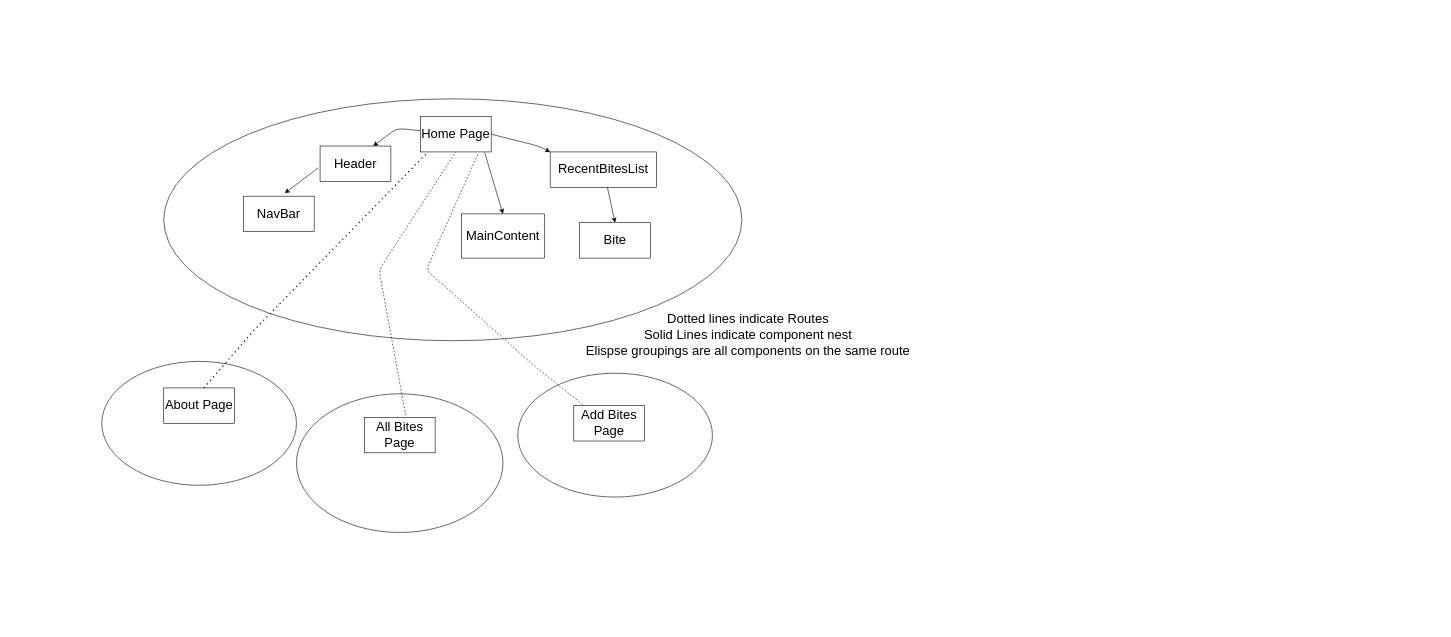
The draw.io diagram planning/bite-and-blog.drawio in christopherthai/bite-and-blog, before the edit. Source tidied: cells renumbered, new cells numbered last; positions are measured from the earlier drawing's top-left corner, leaving out a move shared by most shapes. Both pictures are drawn from the tidied source at 59%, with x=0, y=0 at pixel (101, 99).
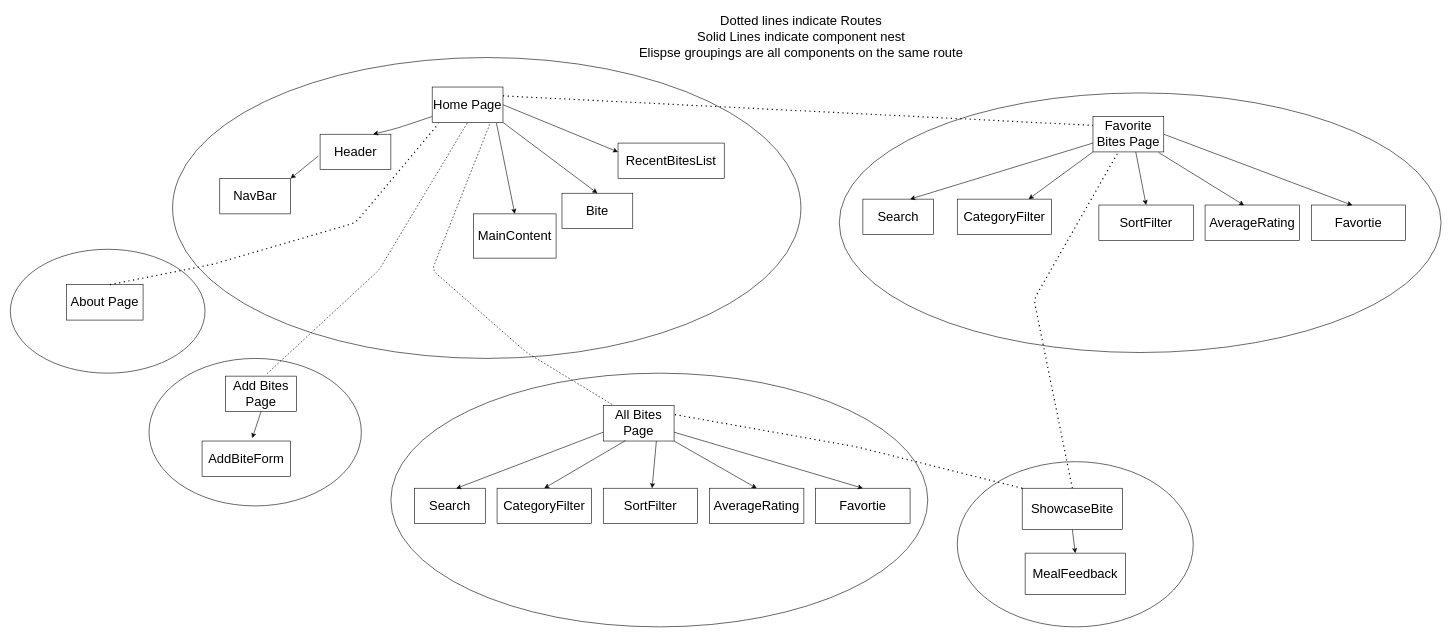
After the change.

Diff of the diagram source:
```diff
@@
+    <mxCell id="24" style="ellipse;whiteSpace=wrap;html=1;fontSize=22;shadow=0;" parent="1" vertex="1">
+      <mxGeometry x="1250" y="-10" width="1020" height="440" as="geometry" />
+    </mxCell>
     <mxCell id="2" style="ellipse;whiteSpace=wrap;html=1;fontSize=22;shadow=0;" parent="1" vertex="1">
-      <mxGeometry x="105" width="980" height="410" as="geometry" />
+      <mxGeometry x="120" y="-70" width="1065" height="510" as="geometry" />
     </mxCell>
     <mxCell id="3" style="ellipse;whiteSpace=wrap;html=1;fontSize=22;shadow=0;" parent="1" vertex="1">
-      <mxGeometry x="705" y="465" width="330" height="210" as="geometry" />
+      <mxGeometry x="80" y="440" width="360" height="250" as="geometry" />
     </mxCell>
     <mxCell id="4" style="ellipse;whiteSpace=wrap;html=1;fontSize=22;shadow=0;" parent="1" vertex="1">
-      <mxGeometry x="330" y="500" width="350" height="235" as="geometry" />
+      <mxGeometry x="490" y="465" width="910" height="430" as="geometry" />
     </mxCell>
     <mxCell id="5" style="ellipse;whiteSpace=wrap;html=1;fontSize=22;shadow=0;" parent="1" vertex="1">
-      <mxGeometry y="445" width="330" height="210" as="geometry" />
+      <mxGeometry x="-155" y="255" width="330" height="210" as="geometry" />
     </mxCell>
     <mxCell id="6" value="Dotted lines indicate Routes&lt;br&gt;Solid Lines indicate component nest&lt;br&gt;Elispse groupings are all components on the same route" style="text;html=1;align=center;verticalAlign=middle;strokeColor=none;fillColor=none;fontSize=22;" parent="1" vertex="1">
-      <mxGeometry x="810" y="355" width="570" height="90" as="geometry" />
+      <mxGeometry x="900" y="-150" width="570" height="90" as="geometry" />
     </mxCell>
     <mxCell id="7" value="Home Page" style="whiteSpace=wrap;html=1;fontSize=22;" parent="1" vertex="1">
-      <mxGeometry x="540" y="30" width="120" height="60" as="geometry" />
+      <mxGeometry x="560" y="-20" width="120" height="60" as="geometry" />
     </mxCell>
     <mxCell id="8" value="About Page" style="whiteSpace=wrap;html=1;fontSize=22;" parent="1" vertex="1">
-      <mxGeometry x="105" y="490" width="120" height="60" as="geometry" />
+      <mxGeometry x="-60" y="315" width="130" height="60" as="geometry" />
     </mxCell>
-    <mxCell id="9" value="Add Bites Page" style="whiteSpace=wrap;html=1;fontSize=22;" parent="1" vertex="1">
-      <mxGeometry x="800" y="520" width="120" height="60" as="geometry" />
+    <mxCell id="9" value="All Bites Page" style="whiteSpace=wrap;html=1;fontSize=22;" parent="1" vertex="1">
+      <mxGeometry x="850" y="520" width="120" height="60" as="geometry" />
     </mxCell>
-    <mxCell id="10" value="All Bites Page" style="whiteSpace=wrap;html=1;fontSize=22;" parent="1" vertex="1">
-      <mxGeometry x="445" y="540" width="120" height="60" as="geometry" />
+    <mxCell id="10" value="Add Bites Page" style="whiteSpace=wrap;html=1;fontSize=22;" parent="1" vertex="1">
+      <mxGeometry x="210" y="470" width="120" height="60" as="geometry" />
     </mxCell>
@@
     <mxCell id="12" style="endArrow=none;dashed=1;html=1;dashPattern=1 3;strokeWidth=2;fontSize=22;exitX=0.567;exitY=0;exitDx=0;exitDy=0;exitPerimeter=0;entryX=0.092;entryY=1.033;entryDx=0;entryDy=0;entryPerimeter=0;" parent="1" edge="1" source="8" target="7">
       <mxGeometry relative="1" as="geometry">
         <Array as="points">
-          <mxPoint x="260" y="390" />
+          <mxPoint x="190" y="280" />
+          <mxPoint x="430" y="210" />
         </Array>
       </mxGeometry>
     </mxCell>
     <mxCell id="13" style="endArrow=none;dashed=1;html=1;fontSize=22;entryX=0.817;entryY=1.033;entryDx=0;entryDy=0;entryPerimeter=0;exitX=0.125;exitY=-0.033;exitDx=0;exitDy=0;exitPerimeter=0;" parent="1" edge="1" source="9" target="7">
       <mxGeometry relative="1" as="geometry">
         <Array as="points">
-          <mxPoint x="730" y="450" />
-          <mxPoint x="550" y="290" />
+          <mxPoint x="720" y="430" />
+          <mxPoint x="560" y="290" />
         </Array>
       </mxGeometry>
     </mxCell>
     <mxCell id="14" value="NavBar" style="whiteSpace=wrap;html=1;shadow=0;fontSize=22;" parent="1" vertex="1">
-      <mxGeometry x="240" y="165" width="120" height="60" as="geometry" />
+      <mxGeometry x="200" y="135" width="120" height="60" as="geometry" />
     </mxCell>
     <mxCell id="15" value="RecentBitesList" style="whiteSpace=wrap;html=1;shadow=0;fontSize=22;" parent="1" vertex="1">
-      <mxGeometry x="760" y="90" width="180" height="60" as="geometry" />
+      <mxGeometry x="875" y="75" width="180" height="60" as="geometry" />
     </mxCell>
     <mxCell id="16" value="Bite" style="whiteSpace=wrap;html=1;shadow=0;fontSize=22;" parent="1" vertex="1">
-      <mxGeometry x="810" y="210" width="120" height="60" as="geometry" />
+      <mxGeometry x="780" y="160" width="120" height="60" as="geometry" />
     </mxCell>
     <mxCell id="17" value="Header" style="whiteSpace=wrap;html=1;shadow=0;fontSize=22;" parent="1" vertex="1">
-      <mxGeometry x="370" y="80" width="120" height="60" as="geometry" />
+      <mxGeometry x="370" y="60" width="120" height="60" as="geometry" />
     </mxCell>
@@
-    <mxCell id="19" style="endArrow=classic;html=1;fontSize=22;exitX=-0.025;exitY=0.617;exitDx=0;exitDy=0;exitPerimeter=0;" parent="1" edge="1" source="17">
-      <mxGeometry relative="1" as="geometry">
-        <mxPoint x="310" y="160" as="targetPoint" />
-      </mxGeometry>
+    <mxCell id="19" style="endArrow=classic;html=1;fontSize=22;exitX=-0.025;exitY=0.617;exitDx=0;exitDy=0;exitPerimeter=0;entryX=1;entryY=0;entryDx=0;entryDy=0;" parent="1" edge="1" source="17" target="14">
+      <mxGeometry relative="1" as="geometry" />
     </mxCell>
-    <mxCell id="20" style="endArrow=classic;html=1;fontSize=22;exitX=1;exitY=0.5;exitDx=0;exitDy=0;entryX=0;entryY=0;entryDx=0;entryDy=0;" parent="1" edge="1" source="7" target="15">
-      <mxGeometry relative="1" as="geometry">
-        <Array as="points">
-          <mxPoint x="740" y="80" />
-        </Array>
-      </mxGeometry>
+    <mxCell id="20" style="endArrow=classic;html=1;fontSize=22;exitX=1;exitY=0.5;exitDx=0;exitDy=0;entryX=0;entryY=0.25;entryDx=0;entryDy=0;" parent="1" edge="1" source="7" target="15">
+      <mxGeometry relative="1" as="geometry" />
     </mxCell>
-    <mxCell id="21" style="endArrow=classic;html=1;fontSize=22;exitX=0.539;exitY=1;exitDx=0;exitDy=0;exitPerimeter=0;entryX=0.5;entryY=0;entryDx=0;entryDy=0;" parent="1" edge="1" source="15" target="16">
+    <mxCell id="21" style="endArrow=classic;html=1;fontSize=22;exitX=1;exitY=1;exitDx=0;exitDy=0;entryX=0.5;entryY=0;entryDx=0;entryDy=0;" parent="1" edge="1" source="7" target="16">
       <mxGeometry relative="1" as="geometry" />
     </mxCell>
     <mxCell id="22" value="MainContent" style="whiteSpace=wrap;html=1;shadow=0;fontSize=22;" parent="1" vertex="1">
-      <mxGeometry x="610" y="195" width="140" height="75" as="geometry" />
+      <mxGeometry x="630" y="195" width="140" height="75" as="geometry" />
     </mxCell>
@@
+    <mxCell id="25" value="&lt;font style=&quot;font-size: 22px;&quot;&gt;AddBiteForm&lt;/font&gt;" style="whiteSpace=wrap;html=1;" parent="1" vertex="1">
+      <mxGeometry x="170" y="580" width="150" height="60" as="geometry" />
+    </mxCell>
+    <mxCell id="26" style="endArrow=classic;html=1;fontSize=17;exitX=0.5;exitY=1;exitDx=0;exitDy=0;entryX=0.567;entryY=-0.083;entryDx=0;entryDy=0;entryPerimeter=0;" parent="1" edge="1" source="10" target="25">
+      <mxGeometry relative="1" as="geometry" />
+    </mxCell>
+    <mxCell id="27" value="Favorite Bites Page" style="whiteSpace=wrap;html=1;fontSize=22;" parent="1" vertex="1">
+      <mxGeometry x="1680" y="30" width="120" height="60" as="geometry" />
+    </mxCell>
+    <mxCell id="28" style="endArrow=none;dashed=1;html=1;dashPattern=1 3;strokeWidth=2;fontSize=22;entryX=0;entryY=0.25;entryDx=0;entryDy=0;exitX=1;exitY=0.25;exitDx=0;exitDy=0;" parent="1" edge="1" source="7" target="27">
+      <mxGeometry relative="1" as="geometry" />
+    </mxCell>
+    <mxCell id="29" value="Search" style="whiteSpace=wrap;html=1;fontSize=22;" parent="1" vertex="1">
+      <mxGeometry x="530" y="660" width="120" height="60" as="geometry" />
+    </mxCell>
+    <mxCell id="30" value="CategoryFilter" style="whiteSpace=wrap;html=1;fontSize=22;" parent="1" vertex="1">
+      <mxGeometry x="670" y="660" width="160" height="60" as="geometry" />
+    </mxCell>
+    <mxCell id="31" value="SortFilter" style="whiteSpace=wrap;html=1;fontSize=22;" parent="1" vertex="1">
+      <mxGeometry x="850" y="660" width="160" height="60" as="geometry" />
+    </mxCell>
+    <mxCell id="32" value="AverageRating" style="whiteSpace=wrap;html=1;fontSize=22;" parent="1" vertex="1">
+      <mxGeometry x="1030" y="660" width="160" height="60" as="geometry" />
+    </mxCell>
+    <mxCell id="33" value="Favortie" style="whiteSpace=wrap;html=1;fontSize=22;" parent="1" vertex="1">
+      <mxGeometry x="1210" y="660" width="160" height="60" as="geometry" />
+    </mxCell>
+    <mxCell id="34" style="ellipse;whiteSpace=wrap;html=1;fontSize=22;shadow=0;" parent="1" vertex="1">
+      <mxGeometry x="1450" y="615" width="400" height="280" as="geometry" />
+    </mxCell>
+    <mxCell id="35" value="ShowcaseBite" style="whiteSpace=wrap;html=1;fontSize=22;" parent="1" vertex="1">
+      <mxGeometry x="1560" y="660" width="170" height="70" as="geometry" />
+    </mxCell>
+    <mxCell id="36" style="endArrow=none;dashed=1;html=1;dashPattern=1 3;strokeWidth=2;fontSize=22;entryX=1;entryY=0.25;entryDx=0;entryDy=0;exitX=0;exitY=0;exitDx=0;exitDy=0;" parent="1" edge="1" source="35" target="9">
+      <mxGeometry relative="1" as="geometry">
+        <Array as="points">
+          <mxPoint x="1280" y="590" />
+        </Array>
+      </mxGeometry>
+    </mxCell>
+    <mxCell id="37" style="endArrow=none;dashed=1;html=1;dashPattern=1 3;strokeWidth=2;fontSize=22;exitX=0.5;exitY=0;exitDx=0;exitDy=0;" parent="1" edge="1" source="35" target="27">
+      <mxGeometry relative="1" as="geometry">
+        <Array as="points">
+          <mxPoint x="1580" y="340" />
+        </Array>
+      </mxGeometry>
+    </mxCell>
+    <mxCell id="38" value="MealFeedback" style="whiteSpace=wrap;html=1;fontSize=22;" parent="1" vertex="1">
+      <mxGeometry x="1565" y="770" width="170" height="70" as="geometry" />
+    </mxCell>
+    <mxCell id="39" style="endArrow=classic;html=1;fontSize=22;entryX=0.5;entryY=0;entryDx=0;entryDy=0;exitX=0.5;exitY=1;exitDx=0;exitDy=0;" parent="1" edge="1" source="35" target="38">
+      <mxGeometry relative="1" as="geometry" />
+    </mxCell>
+    <mxCell id="40" value="Search" style="whiteSpace=wrap;html=1;fontSize=22;" parent="1" vertex="1">
+      <mxGeometry x="1290" y="170" width="120" height="60" as="geometry" />
+    </mxCell>
+    <mxCell id="41" value="CategoryFilter" style="whiteSpace=wrap;html=1;fontSize=22;" parent="1" vertex="1">
+      <mxGeometry x="1450" y="170" width="160" height="60" as="geometry" />
+    </mxCell>
+    <mxCell id="42" value="SortFilter" style="whiteSpace=wrap;html=1;fontSize=22;" parent="1" vertex="1">
+      <mxGeometry x="1690" y="180" width="160" height="60" as="geometry" />
+    </mxCell>
+    <mxCell id="43" value="AverageRating" style="whiteSpace=wrap;html=1;fontSize=22;" parent="1" vertex="1">
+      <mxGeometry x="1870" y="180" width="160" height="60" as="geometry" />
+    </mxCell>
+    <mxCell id="44" value="Favortie" style="whiteSpace=wrap;html=1;fontSize=22;" parent="1" vertex="1">
+      <mxGeometry x="2050" y="180" width="160" height="60" as="geometry" />
+    </mxCell>
+    <mxCell id="45" style="endArrow=classic;html=1;entryX=0.5;entryY=0;entryDx=0;entryDy=0;exitX=1;exitY=0.75;exitDx=0;exitDy=0;" parent="1" edge="1" source="9" target="33">
+      <mxGeometry relative="1" as="geometry" />
+    </mxCell>
+    <mxCell id="46" style="endArrow=classic;html=1;entryX=0.5;entryY=0;entryDx=0;entryDy=0;exitX=1;exitY=1;exitDx=0;exitDy=0;" parent="1" edge="1" source="9" target="32">
+      <mxGeometry relative="1" as="geometry" />
+    </mxCell>
+    <mxCell id="47" style="endArrow=classic;html=1;exitX=0.75;exitY=1;exitDx=0;exitDy=0;" parent="1" edge="1" source="9" target="31">
+      <mxGeometry relative="1" as="geometry" />
+    </mxCell>
+    <mxCell id="48" style="endArrow=classic;html=1;exitX=0.315;exitY=0.986;exitDx=0;exitDy=0;entryX=0.5;entryY=0;entryDx=0;entryDy=0;exitPerimeter=0;" parent="1" edge="1" source="9" target="30">
+      <mxGeometry relative="1" as="geometry" />
+    </mxCell>
+    <mxCell id="49" style="endArrow=classic;html=1;exitX=0;exitY=0.75;exitDx=0;exitDy=0;entryX=0.589;entryY=0.006;entryDx=0;entryDy=0;entryPerimeter=0;" parent="1" edge="1" source="9" target="29">
+      <mxGeometry relative="1" as="geometry" />
+    </mxCell>
+    <mxCell id="50" style="endArrow=classic;html=1;exitX=0.604;exitY=0.996;exitDx=0;exitDy=0;entryX=0.5;entryY=0;entryDx=0;entryDy=0;exitPerimeter=0;" parent="1" edge="1" source="27" target="42">
+      <mxGeometry relative="1" as="geometry" />
+    </mxCell>
+    <mxCell id="51" style="endArrow=classic;html=1;exitX=0.927;exitY=1.016;exitDx=0;exitDy=0;entryX=0.413;entryY=0.006;entryDx=0;entryDy=0;exitPerimeter=0;entryPerimeter=0;" parent="1" edge="1" source="27" target="43">
+      <mxGeometry relative="1" as="geometry" />
+    </mxCell>
+    <mxCell id="52" style="endArrow=classic;html=1;exitX=1;exitY=0.5;exitDx=0;exitDy=0;entryX=0.435;entryY=0.006;entryDx=0;entryDy=0;entryPerimeter=0;" parent="1" edge="1" source="27" target="44">
+      <mxGeometry relative="1" as="geometry" />
+    </mxCell>
+    <mxCell id="53" style="endArrow=classic;html=1;exitX=0;exitY=1;exitDx=0;exitDy=0;" parent="1" edge="1" source="27" target="41">
+      <mxGeometry relative="1" as="geometry" />
+    </mxCell>
+    <mxCell id="54" style="endArrow=classic;html=1;exitX=0;exitY=0.75;exitDx=0;exitDy=0;entryX=0.667;entryY=0;entryDx=0;entryDy=0;entryPerimeter=0;" parent="1" edge="1" source="27" target="40">
+      <mxGeometry relative="1" as="geometry" />
+    </mxCell>
```
